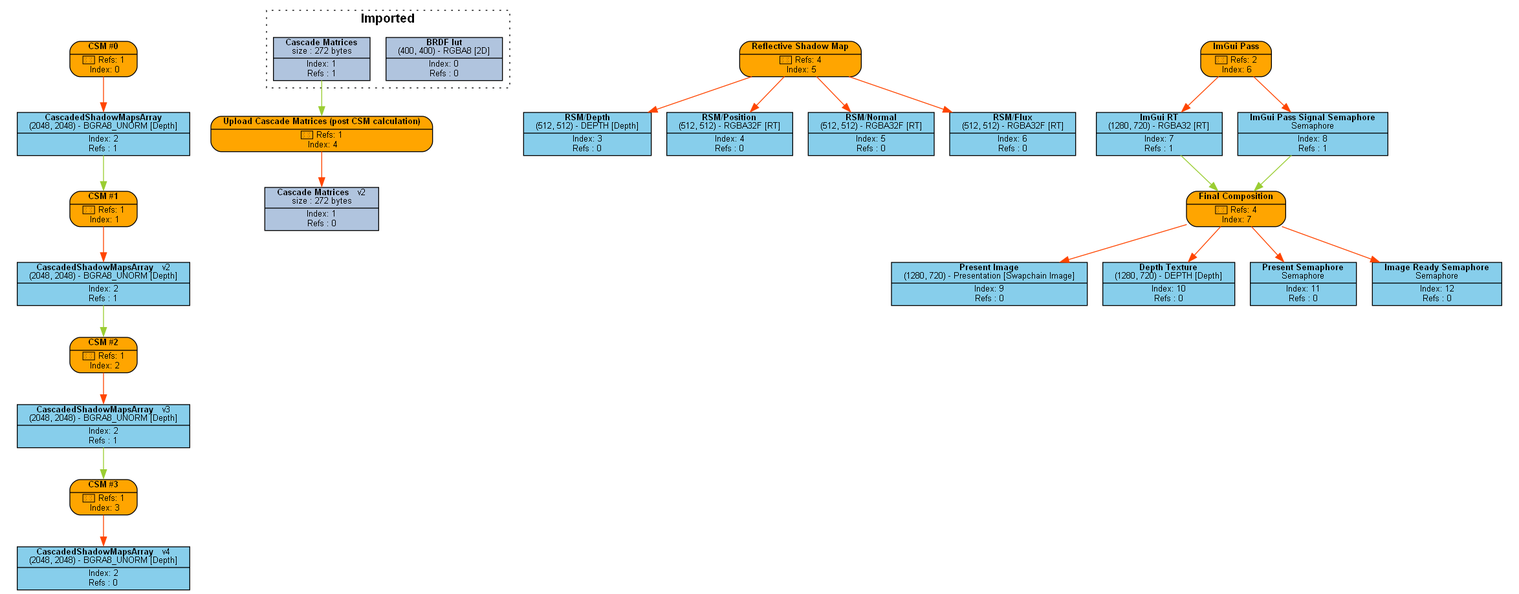
This is Engine/content/FrameGraphs/PNG/frame_graph_test.png from Pikachuxxxx/Razix, a Graphviz export, as it was before one commit. Its source is kept beside it as Engine/content/FrameGraphs/frame_graph_test.dot.
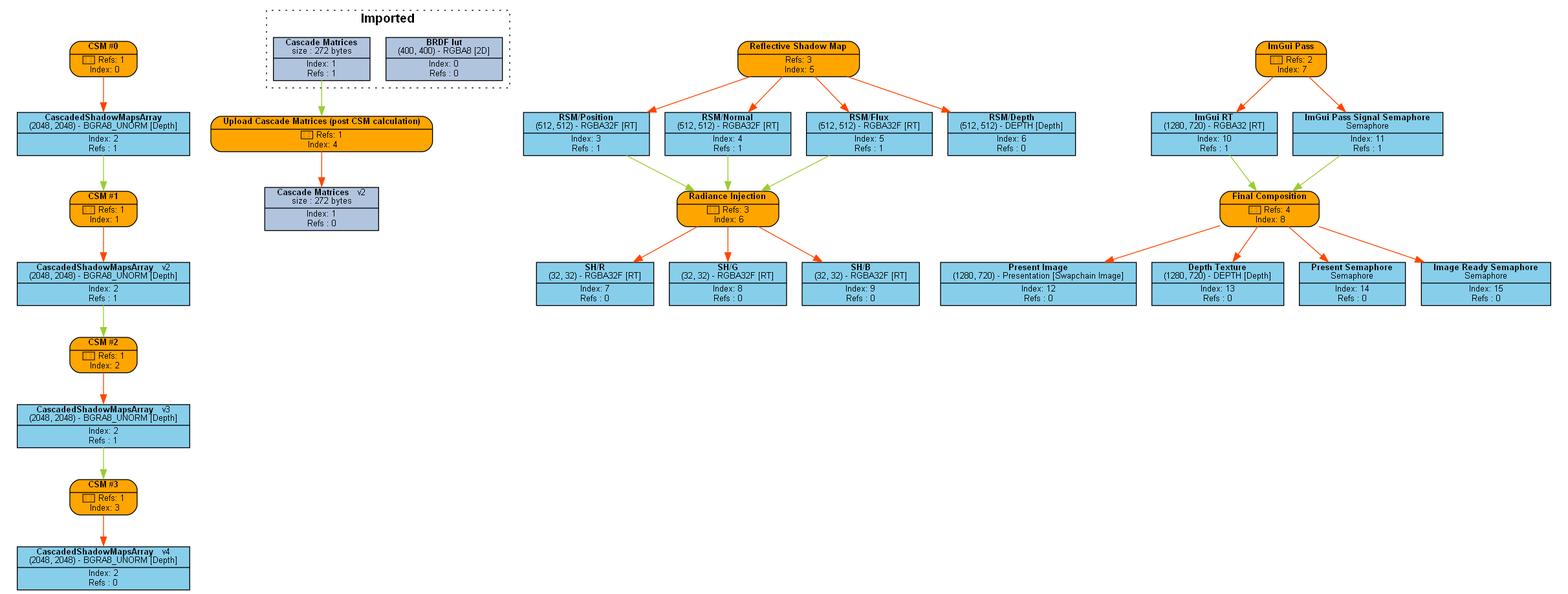
Above is the later version.

The edit, as a diff of the source:
```diff
@@ -7,57 +7,67 @@
 P2 [label=<{ {<B>CSM #2</B>} | {&#x2605; Refs: 1<BR/> Index: 2} }> style="rounded,filled", fillcolor=orange]
 P3 [label=<{ {<B>CSM #3</B>} | {&#x2605; Refs: 1<BR/> Index: 3} }> style="rounded,filled", fillcolor=orange]
 P4 [label=<{ {<B>Upload Cascade Matrices (post CSM calculation)</B>} | {&#x2605; Refs: 1<BR/> Index: 4} }> style="rounded,filled", fillcolor=orange]
-P5 [label=<{ {<B>Reflective Shadow Map</B>} | {&#x2605; Refs: 4<BR/> Index: 5} }> style="rounded,filled", fillcolor=orange]
-P6 [label=<{ {<B>ImGui Pass</B>} | {&#x2605; Refs: 2<BR/> Index: 6} }> style="rounded,filled", fillcolor=orange]
-P7 [label=<{ {<B>Final Composition</B>} | {&#x2605; Refs: 4<BR/> Index: 7} }> style="rounded,filled", fillcolor=orange]
+P5 [label=<{ {<B>Reflective Shadow Map</B>} | {Refs: 4<BR/> Index: 5} }> style="rounded,filled", fillcolor=orange]
+P6 [label=<{ {<B>Radiance Injection</B>} | {Refs: 1<BR/> Index: 6} }> style="rounded,filled", fillcolor=orange]
+P7 [label=<{ {<B>ImGui Pass</B>} | {Refs: 2<BR/> Index: 7} }> style="rounded,filled", fillcolor=orange]
+P8 [label=<{ {<B>Final Composition</B>} | {&#x2605; Refs: 4<BR/> Index: 8} }> style="rounded,filled", fillcolor=orange]
 
-R0_1 [label=<{ {<B>BRDF lut</B><BR/>(400, 400) - RGBA8 [2D]} | {Index: 0<BR/>Refs : 0} }> style=filled, fillcolor=lightsteelblue]
-R1_1 [label=<{ {<B>Cascade Matrices</B><BR/>size : 272 bytes} | {Index: 1<BR/>Refs : 1} }> style=filled, fillcolor=lightsteelblue]
-R2_1 [label=<{ {<B>CascadedShadowMapsArray</B><BR/>(2048, 2048) - BGRA8_UNORM [Depth]} | {Index: 2<BR/>Refs : 1} }> style=filled, fillcolor=skyblue]
-R2_2 [label=<{ {<B>CascadedShadowMapsArray</B>   <FONT>v2</FONT><BR/>(2048, 2048) - BGRA8_UNORM [Depth]} | {Index: 2<BR/>Refs : 1} }> style=filled, fillcolor=skyblue]
-R2_3 [label=<{ {<B>CascadedShadowMapsArray</B>   <FONT>v3</FONT><BR/>(2048, 2048) - BGRA8_UNORM [Depth]} | {Index: 2<BR/>Refs : 1} }> style=filled, fillcolor=skyblue]
-R2_4 [label=<{ {<B>CascadedShadowMapsArray</B>   <FONT>v4</FONT><BR/>(2048, 2048) - BGRA8_UNORM [Depth]} | {Index: 2<BR/>Refs : 0} }> style=filled, fillcolor=skyblue]
-R1_2 [label=<{ {<B>Cascade Matrices</B>   <FONT>v2</FONT><BR/>size : 272 bytes} | {Index: 1<BR/>Refs : 0} }> style=filled, fillcolor=lightsteelblue]
-R3_1 [label=<{ {<B>RSM/Depth</B><BR/>(512, 512) - DEPTH [Depth]} | {Index: 3<BR/>Refs : 0} }> style=filled, fillcolor=skyblue]
-R4_1 [label=<{ {<B>RSM/Position</B><BR/>(512, 512) - RGBA32F [RT]} | {Index: 4<BR/>Refs : 0} }> style=filled, fillcolor=skyblue]
-R5_1 [label=<{ {<B>RSM/Normal</B><BR/>(512, 512) - RGBA32F [RT]} | {Index: 5<BR/>Refs : 0} }> style=filled, fillcolor=skyblue]
-R6_1 [label=<{ {<B>RSM/Flux</B><BR/>(512, 512) - RGBA32F [RT]} | {Index: 6<BR/>Refs : 0} }> style=filled, fillcolor=skyblue]
-R7_1 [label=<{ {<B>ImGui RT</B><BR/>(1280, 720) - RGBA32 [RT]} | {Index: 7<BR/>Refs : 1} }> style=filled, fillcolor=skyblue]
-R8_1 [label=<{ {<B>ImGui Pass Signal Semaphore</B><BR/>Semaphore} | {Index: 8<BR/>Refs : 1} }> style=filled, fillcolor=skyblue]
-R9_1 [label=<{ {<B>Present Image</B><BR/>(1280, 720) - Presentation [Swapchain Image]} | {Index: 9<BR/>Refs : 0} }> style=filled, fillcolor=skyblue]
-R10_1 [label=<{ {<B>Depth Texture</B><BR/>(1280, 720) - DEPTH [Depth]} | {Index: 10<BR/>Refs : 0} }> style=filled, fillcolor=skyblue]
-R11_1 [label=<{ {<B>Present Semaphore</B><BR/>Semaphore} | {Index: 11<BR/>Refs : 0} }> style=filled, fillcolor=skyblue]
-R12_1 [label=<{ {<B>Image Ready Semaphore</B><BR/>Semaphore} | {Index: 12<BR/>Refs : 0} }> style=filled, fillcolor=skyblue]
+R0_1 [label=<{ {<B>Cascade Matrices</B><BR/>size : 272 bytes} | {Index: 0<BR/>Refs : 1} }> style=filled, fillcolor=lightsteelblue]
+R1_1 [label=<{ {<B>CascadedShadowMapsArray</B><BR/>(2048, 2048) - BGRA8_UNORM [Depth]} | {Index: 1<BR/>Refs : 1} }> style=filled, fillcolor=skyblue]
+R1_2 [label=<{ {<B>CascadedShadowMapsArray</B>   <FONT>v2</FONT><BR/>(2048, 2048) - BGRA8_UNORM [Depth]} | {Index: 1<BR/>Refs : 1} }> style=filled, fillcolor=skyblue]
+R1_3 [label=<{ {<B>CascadedShadowMapsArray</B>   <FONT>v3</FONT><BR/>(2048, 2048) - BGRA8_UNORM [Depth]} | {Index: 1<BR/>Refs : 1} }> style=filled, fillcolor=skyblue]
+R1_4 [label=<{ {<B>CascadedShadowMapsArray</B>   <FONT>v4</FONT><BR/>(2048, 2048) - BGRA8_UNORM [Depth]} | {Index: 1<BR/>Refs : 0} }> style=filled, fillcolor=skyblue]
+R0_2 [label=<{ {<B>Cascade Matrices</B>   <FONT>v2</FONT><BR/>size : 272 bytes} | {Index: 0<BR/>Refs : 0} }> style=filled, fillcolor=lightsteelblue]
+R2_1 [label=<{ {<B>RSM/Position</B><BR/>(512, 512) - RGBA32F [RT]} | {Index: 2<BR/>Refs : 1} }> style=filled, fillcolor=skyblue]
+R3_1 [label=<{ {<B>RSM/Normal</B><BR/>(512, 512) - RGBA32F [RT]} | {Index: 3<BR/>Refs : 1} }> style=filled, fillcolor=skyblue]
+R4_1 [label=<{ {<B>RSM/Flux</B><BR/>(512, 512) - RGBA32F [RT]} | {Index: 4<BR/>Refs : 1} }> style=filled, fillcolor=skyblue]
+R5_1 [label=<{ {<B>RSM/Depth</B><BR/>(512, 512) - DEPTH [Depth]} | {Index: 5<BR/>Refs : 0} }> style=filled, fillcolor=skyblue]
+R6_1 [label=<{ {<B>RSM pass done</B><BR/>Semaphore} | {Index: 6<BR/>Refs : 1} }> style=filled, fillcolor=skyblue]
+R7_1 [label=<{ {<B>SH/R</B><BR/>(32, 32) - RGBA32F [RT]} | {Index: 7<BR/>Refs : 0} }> style=filled, fillcolor=skyblue]
+R8_1 [label=<{ {<B>SH/G</B><BR/>(32, 32) - RGBA32F [RT]} | {Index: 8<BR/>Refs : 0} }> style=filled, fillcolor=skyblue]
+R9_1 [label=<{ {<B>SH/B</B><BR/>(32, 32) - RGBA32F [RT]} | {Index: 9<BR/>Refs : 0} }> style=filled, fillcolor=skyblue]
+R10_1 [label=<{ {<B>Injection pass done</B><BR/>Semaphore} | {Index: 10<BR/>Refs : 1} }> style=filled, fillcolor=skyblue]
+R11_1 [label=<{ {<B>ImGui RT</B><BR/>(1280, 720) - RGBA32 [RT]} | {Index: 11<BR/>Refs : 1} }> style=filled, fillcolor=skyblue]
+R12_1 [label=<{ {<B>ImGui Pass Signal Semaphore</B><BR/>Semaphore} | {Index: 12<BR/>Refs : 1} }> style=filled, fillcolor=skyblue]
+R13_1 [label=<{ {<B>Present Image</B><BR/>(1280, 720) - Presentation [Swapchain Image]} | {Index: 13<BR/>Refs : 0} }> style=filled, fillcolor=skyblue]
+R14_1 [label=<{ {<B>Depth Texture</B><BR/>(1280, 720) - DEPTH [Depth]} | {Index: 14<BR/>Refs : 0} }> style=filled, fillcolor=skyblue]
+R15_1 [label=<{ {<B>Present Semaphore</B><BR/>Semaphore} | {Index: 15<BR/>Refs : 0} }> style=filled, fillcolor=skyblue]
+R16_1 [label=<{ {<B>Image Ready Semaphore</B><BR/>Semaphore} | {Index: 16<BR/>Refs : 0} }> style=filled, fillcolor=skyblue]
 
-P0 -> { R2_1 } [color=orangered]
-P1 -> { R2_2 } [color=orangered]
-P2 -> { R2_3 } [color=orangered]
-P3 -> { R2_4 } [color=orangered]
-P4 -> { R1_2 } [color=orangered]
-P5 -> { R3_1 R4_1 R5_1 R6_1 } [color=orangered]
-P6 -> { R7_1 R8_1 } [color=orangered]
-P7 -> { R9_1 R10_1 R11_1 R12_1 } [color=orangered]
+P0 -> { R1_1 } [color=orangered]
+P1 -> { R1_2 } [color=orangered]
+P2 -> { R1_3 } [color=orangered]
+P3 -> { R1_4 } [color=orangered]
+P4 -> { R0_2 } [color=orangered]
+P5 -> { R2_1 R3_1 R4_1 R5_1 R6_1 } [color=orangered]
+P6 -> { R7_1 R8_1 R9_1 R10_1 } [color=orangered]
+P7 -> { R11_1 R12_1 } [color=orangered]
+P8 -> { R13_1 R14_1 R15_1 R16_1 } [color=orangered]
 
-R0_1 -> { } [color=olivedrab3]
-R1_1 -> { P4 } [color=olivedrab3]
-R2_1 -> { P1 } [color=olivedrab3]
-R2_2 -> { P2 } [color=olivedrab3]
-R2_3 -> { P3 } [color=olivedrab3]
-R2_4 -> { } [color=olivedrab3]
-R1_2 -> { } [color=olivedrab3]
-R3_1 -> { } [color=olivedrab3]
-R4_1 -> { } [color=olivedrab3]
+R0_1 -> { P4 } [color=olivedrab3]
+R1_1 -> { P1 } [color=olivedrab3]
+R1_2 -> { P2 } [color=olivedrab3]
+R1_3 -> { P3 } [color=olivedrab3]
+R1_4 -> { } [color=olivedrab3]
+R0_2 -> { } [color=olivedrab3]
+R2_1 -> { P6 } [color=olivedrab3]
+R3_1 -> { P6 } [color=olivedrab3]
+R4_1 -> { P6 } [color=olivedrab3]
 R5_1 -> { } [color=olivedrab3]
-R6_1 -> { } [color=olivedrab3]
-R7_1 -> { P7 } [color=olivedrab3]
-R8_1 -> { P7 } [color=olivedrab3]
+R6_1 -> { P6 } [color=olivedrab3]
+R7_1 -> { } [color=olivedrab3]
+R8_1 -> { } [color=olivedrab3]
 R9_1 -> { } [color=olivedrab3]
-R10_1 -> { } [color=olivedrab3]
-R11_1 -> { } [color=olivedrab3]
-R12_1 -> { } [color=olivedrab3]
+R10_1 -> { P7 } [color=olivedrab3]
+R11_1 -> { P8 } [color=olivedrab3]
+R12_1 -> { P8 } [color=olivedrab3]
+R13_1 -> { } [color=olivedrab3]
+R14_1 -> { } [color=olivedrab3]
+R15_1 -> { } [color=olivedrab3]
+R16_1 -> { } [color=olivedrab3]
 
 subgraph cluster_0 {
-P0 R2_1
+P0 R1_1
 }
 subgraph cluster_1 {
 P1
@@ -72,18 +82,21 @@
 P4
 }
 subgraph cluster_5 {
-P5 R3_1 R4_1 R5_1 R6_1
+P5 R2_1 R3_1 R4_1 R5_1 R6_1
 }
 subgraph cluster_6 {
-P6 R7_1 R8_1
+P6 R7_1 R8_1 R9_1 R10_1
 }
 subgraph cluster_7 {
-P7 R9_1 R10_1 R11_1 R12_1
+P7 R11_1 R12_1
+}
+subgraph cluster_8 {
+P8 R13_1 R14_1 R15_1 R16_1
 }
 
 subgraph cluster_imported_resources {
 graph [style=dotted, fontname="helvetica", label=< <B>Imported</B> >]
-R0_1 R1_1
+R0_1
 }
 
 }
```
